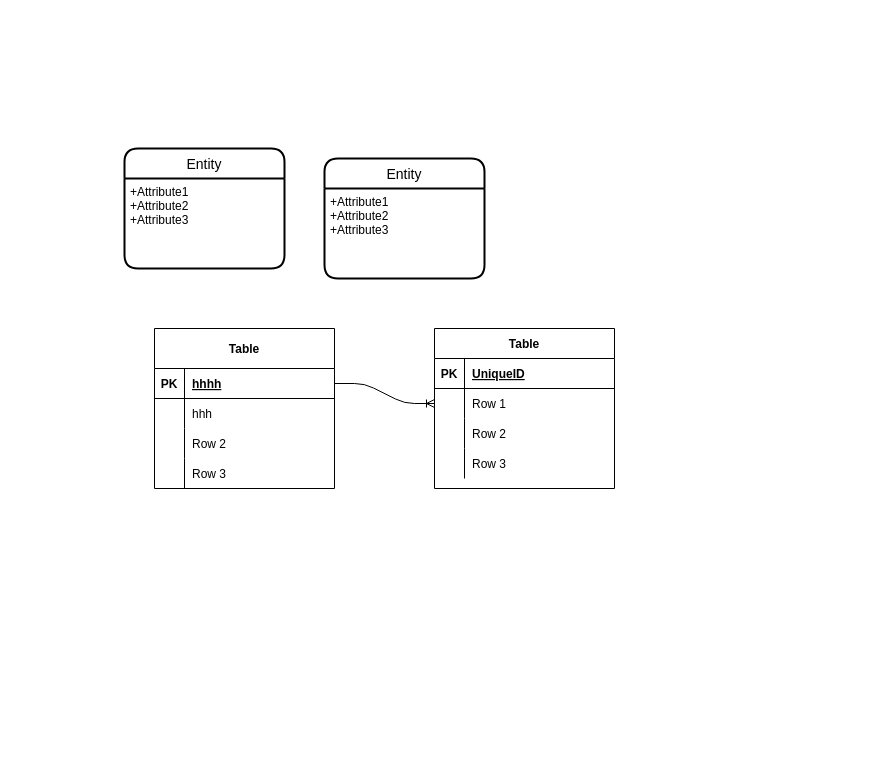
Above: management.design/DataModel.drawio in markash/management (draw.io), before the change. Source tidied: cells renumbered, new cells numbered last; positions are measured from the earlier drawing's top-left corner, leaving out a move shared by most shapes. Both pictures are drawn from the tidied source at 100%, with x=0, y=0 at pixel (124, 148).
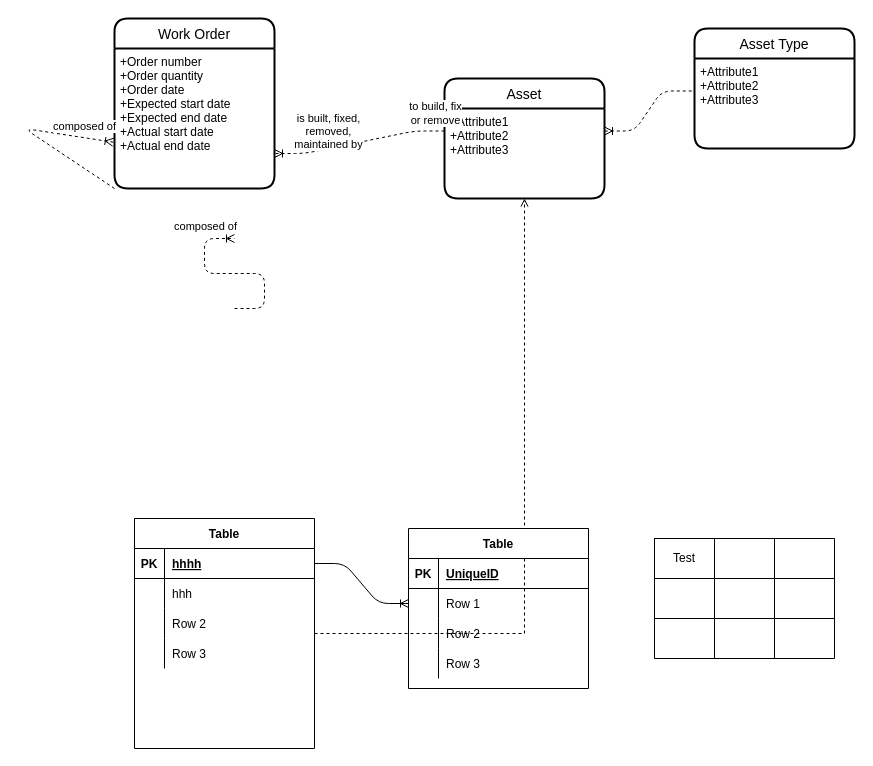
After the change.

Commit message:
#4 Document the work order data model

Unchanged cells that the change refers to:
```xml
<mxCell id="3" value="+Attribute1&#10;+Attribute2&#10;+Attribute3" style="align=left;strokeColor=none;fillColor=none;spacingLeft=4;fontSize=12;verticalAlign=top;" parent="2" vertex="1">
  <mxGeometry y="30" width="160" height="90" as="geometry" />
</mxCell>
```

What changed in the source:
```diff
@@
-    <mxCell id="2" value="Entity" style="swimlane;horizontal=1;startSize=30;rounded=1;fontSize=14;fontStyle=0;strokeWidth=2;shadow=0;dashed=0;align=center;" parent="1" vertex="1">
-      <mxGeometry width="160" height="120" as="geometry" />
+    <mxCell id="2" value="Asset" style="swimlane;horizontal=1;startSize=30;rounded=1;fontSize=14;fontStyle=0;strokeWidth=2;shadow=0;dashed=0;align=center;" parent="1" vertex="1">
+      <mxGeometry x="320" y="-70" width="160" height="120" as="geometry" />
     </mxCell>
@@
-    <mxCell id="4" value="Entity" style="swimlane;horizontal=1;startSize=30;rounded=1;fontSize=14;fontStyle=0;strokeWidth=2;shadow=0;dashed=0;align=center;" parent="1" vertex="1">
-      <mxGeometry x="200" y="10" width="160" height="120" as="geometry" />
+    <mxCell id="4" value="Work Order" style="swimlane;horizontal=1;startSize=30;rounded=1;fontSize=14;fontStyle=0;strokeWidth=2;shadow=0;dashed=0;align=center;" parent="1" vertex="1">
+      <mxGeometry x="-10" y="-130" width="160" height="170" as="geometry" />
     </mxCell>
-    <mxCell id="5" value="+Attribute1&#10;+Attribute2&#10;+Attribute3" style="align=left;strokeColor=none;fillColor=none;spacingLeft=4;fontSize=12;verticalAlign=top;" parent="4" vertex="1">
-      <mxGeometry y="30" width="160" height="90" as="geometry" />
+    <mxCell id="5" value="+Order number&#10;+Order quantity&#10;+Order date&#10;+Expected start date&#10;+Expected end date&#10;+Actual start date&#10;+Actual end date" style="align=left;strokeColor=none;fillColor=none;spacingLeft=4;fontSize=12;verticalAlign=top;" parent="4" vertex="1">
+      <mxGeometry y="30" width="160" height="140" as="geometry" />
     </mxCell>
+    <mxCell id="33" style="edgeStyle=entityRelationEdgeStyle;fontSize=12;html=1;endArrow=ERoneToMany;dashed=1;exitX=0;exitY=1;exitDx=0;exitDy=0;entryX=-0.008;entryY=0.669;entryDx=0;entryDy=0;jumpStyle=arc;jumpSize=17;entryPerimeter=0;" parent="4" edge="1" source="5" target="5">
+      <mxGeometry relative="1" as="geometry">
+        <Array as="points">
+          <mxPoint x="-90" y="110" />
+        </Array>
+      </mxGeometry>
+    </mxCell>
+    <mxCell id="34" value="composed of" style="edgeLabel;html=1;align=center;verticalAlign=middle;" parent="33" vertex="1">
+      <mxGeometry x="0.75" y="2" relative="1" as="geometry">
+        <mxPoint x="-5.2" y="-10.7" as="offset" />
+      </mxGeometry>
+    </mxCell>
+    <mxCell id="35" style="edgeStyle=orthogonalEdgeStyle;rounded=0;jettySize=auto;html=1;dashed=1;endArrow=open;endFill=0;" parent="1" edge="1" source="6" target="3">
+      <mxGeometry relative="1" as="geometry" />
+    </mxCell>
-    <mxCell id="6" value="Table" style="shape=table;startSize=40;childLayout=tableLayout;rowLines=0;fontStyle=1;align=center;" parent="1" vertex="1">
-      <mxGeometry x="30" y="180" width="180" height="160" as="geometry" />
+    <mxCell id="6" value="Table" style="shape=table;startSize=30;childLayout=tableLayout;rowLines=0;fontStyle=1;align=center;" parent="1" vertex="1">
+      <mxGeometry x="10" y="370" width="180" height="230" as="geometry" />
     </mxCell>
     <mxCell id="7" style="shape=partialRectangle;fillColor=none;top=0;left=0;bottom=1;right=0;points=[[0,0.5],[1,0.5]];portConstraint=eastwest;" parent="6" vertex="1">
-      <mxGeometry y="40" width="180" height="30" as="geometry" />
+      <mxGeometry y="30" width="180" height="30" as="geometry" />
     </mxCell>
@@
     <mxCell id="10" style="shape=partialRectangle;fillColor=none;top=0;left=0;bottom=0;right=0;" parent="6" vertex="1">
-      <mxGeometry y="70" width="180" height="30" as="geometry" />
+      <mxGeometry y="60" width="180" height="30" as="geometry" />
     </mxCell>
@@
     <mxCell id="13" style="shape=partialRectangle;fillColor=none;top=0;left=0;bottom=0;right=0;" parent="6" vertex="1">
-      <mxGeometry y="100" width="180" height="30" as="geometry" />
+      <mxGeometry y="90" width="180" height="30" as="geometry" />
     </mxCell>
@@
     <mxCell id="16" style="shape=partialRectangle;fillColor=none;top=0;left=0;bottom=0;right=0;" parent="6" vertex="1">
-      <mxGeometry y="130" width="180" height="30" as="geometry" />
+      <mxGeometry y="120" width="180" height="30" as="geometry" />
     </mxCell>
@@
     <mxCell id="19" value="Table" style="shape=table;startSize=30;childLayout=tableLayout;rowLines=0;fontStyle=1;align=center;" parent="1" vertex="1">
-      <mxGeometry x="310" y="180" width="180" height="160" as="geometry" />
+      <mxGeometry x="284" y="380" width="180" height="160" as="geometry" />
     </mxCell>
@@
+    <mxCell id="36" style="shape=table;html=1;whiteSpace=wrap;startSize=0;childLayout=tableLayout;" parent="1" vertex="1">
+      <mxGeometry x="530" y="390" width="180" height="120" as="geometry" />
+    </mxCell>
+    <mxCell id="37" style="shape=partialRectangle;html=1;whiteSpace=wrap;fillColor=none;top=0;left=0;bottom=0;right=0;" parent="36" vertex="1">
+      <mxGeometry width="180" height="40" as="geometry" />
+    </mxCell>
+    <mxCell id="38" value="Test" style="shape=partialRectangle;html=1;whiteSpace=wrap;fillColor=none;top=0;left=0;bottom=0;right=0;overflow=hidden;" parent="37" vertex="1">
+      <mxGeometry width="60" height="40" as="geometry" />
+    </mxCell>
+    <mxCell id="39" style="shape=partialRectangle;html=1;whiteSpace=wrap;fillColor=none;top=0;left=0;bottom=0;right=0;overflow=hidden;" parent="37" vertex="1">
+      <mxGeometry x="60" width="60" height="40" as="geometry" />
+    </mxCell>
+    <mxCell id="40" style="shape=partialRectangle;html=1;whiteSpace=wrap;fillColor=none;top=0;left=0;bottom=0;right=0;overflow=hidden;" parent="37" vertex="1">
+      <mxGeometry x="120" width="60" height="40" as="geometry" />
+    </mxCell>
+    <mxCell id="41" style="shape=partialRectangle;html=1;whiteSpace=wrap;fillColor=none;top=0;left=0;bottom=0;right=0;" parent="36" vertex="1">
+      <mxGeometry y="40" width="180" height="40" as="geometry" />
+    </mxCell>
+    <mxCell id="42" style="shape=partialRectangle;html=1;whiteSpace=wrap;fillColor=none;top=0;left=0;bottom=0;right=0;overflow=hidden;" parent="41" vertex="1">
+      <mxGeometry width="60" height="40" as="geometry" />
+    </mxCell>
+    <mxCell id="43" style="shape=partialRectangle;html=1;whiteSpace=wrap;fillColor=none;top=0;left=0;bottom=0;right=0;overflow=hidden;" parent="41" vertex="1">
+      <mxGeometry x="60" width="60" height="40" as="geometry" />
+    </mxCell>
+    <mxCell id="44" style="shape=partialRectangle;html=1;whiteSpace=wrap;fillColor=none;top=0;left=0;bottom=0;right=0;overflow=hidden;" parent="41" vertex="1">
+      <mxGeometry x="120" width="60" height="40" as="geometry" />
+    </mxCell>
+    <mxCell id="45" style="shape=partialRectangle;html=1;whiteSpace=wrap;fillColor=none;top=0;left=0;bottom=0;right=0;" parent="36" vertex="1">
+      <mxGeometry y="80" width="180" height="40" as="geometry" />
+    </mxCell>
+    <mxCell id="46" style="shape=partialRectangle;html=1;whiteSpace=wrap;fillColor=none;top=0;left=0;bottom=0;right=0;overflow=hidden;" parent="45" vertex="1">
+      <mxGeometry width="60" height="40" as="geometry" />
+    </mxCell>
+    <mxCell id="47" style="shape=partialRectangle;html=1;whiteSpace=wrap;fillColor=none;top=0;left=0;bottom=0;right=0;overflow=hidden;" parent="45" vertex="1">
+      <mxGeometry x="60" width="60" height="40" as="geometry" />
+    </mxCell>
+    <mxCell id="48" style="shape=partialRectangle;html=1;whiteSpace=wrap;fillColor=none;top=0;left=0;bottom=0;right=0;overflow=hidden;" parent="45" vertex="1">
+      <mxGeometry x="120" width="60" height="40" as="geometry" />
+    </mxCell>
+    <mxCell id="49" style="edgeStyle=entityRelationEdgeStyle;fontSize=12;html=1;endArrow=ERoneToMany;dashed=1;exitX=0;exitY=0.25;exitDx=0;exitDy=0;entryX=1;entryY=0.75;entryDx=0;entryDy=0;" parent="1" edge="1" source="3" target="5">
+      <mxGeometry relative="1" as="geometry" />
+    </mxCell>
+    <mxCell id="50" value="is built, fixed, &lt;br&gt;removed, &lt;br&gt;maintained by" style="edgeLabel;html=1;align=center;verticalAlign=middle;" parent="49" vertex="1">
+      <mxGeometry x="-0.21" y="3" relative="1" as="geometry">
+        <mxPoint x="-49.6" y="-10.1" as="offset" />
+      </mxGeometry>
+    </mxCell>
+    <mxCell id="51" value="to build, fix &lt;br&gt;or remove" style="edgeLabel;html=1;align=center;verticalAlign=middle;" parent="49" vertex="1">
+      <mxGeometry x="0.04" y="-4" relative="1" as="geometry">
+        <mxPoint x="79.8" y="-26.5" as="offset" />
+      </mxGeometry>
+    </mxCell>
+    <mxCell id="52" value="Asset Type" style="swimlane;horizontal=1;startSize=30;rounded=1;fontSize=14;fontStyle=0;strokeWidth=2;shadow=0;dashed=0;align=center;" parent="1" vertex="1">
+      <mxGeometry x="570" y="-120" width="160" height="120" as="geometry" />
+    </mxCell>
+    <mxCell id="53" value="+Attribute1&#10;+Attribute2&#10;+Attribute3" style="align=left;strokeColor=none;fillColor=none;spacingLeft=4;fontSize=12;verticalAlign=top;" parent="52" vertex="1">
+      <mxGeometry y="30" width="160" height="90" as="geometry" />
+    </mxCell>
+    <mxCell id="54" style="edgeStyle=entityRelationEdgeStyle;fontSize=12;html=1;endArrow=ERoneToMany;dashed=1;exitX=-0.017;exitY=0.361;exitDx=0;exitDy=0;exitPerimeter=0;entryX=1;entryY=0.25;entryDx=0;entryDy=0;" parent="1" edge="1" source="53" target="3">
+      <mxGeometry relative="1" as="geometry" />
+    </mxCell>
+    <mxCell id="55" style="edgeStyle=entityRelationEdgeStyle;fontSize=12;html=1;endArrow=ERoneToMany;dashed=1;exitX=0;exitY=1;exitDx=0;exitDy=0;entryX=0;entryY=0.5;entryDx=0;entryDy=0;" parent="1" edge="1">
+      <mxGeometry relative="1" as="geometry">
+        <mxPoint x="110" y="160" as="sourcePoint" />
+        <mxPoint x="110" y="90" as="targetPoint" />
+        <Array as="points">
+          <mxPoint x="-10" y="60" />
+        </Array>
+      </mxGeometry>
+    </mxCell>
+    <mxCell id="56" value="composed of" style="edgeLabel;html=1;align=center;verticalAlign=middle;" parent="55" vertex="1">
+      <mxGeometry x="0.75" y="2" relative="1" as="geometry">
+        <mxPoint x="-5.2" y="-10.7" as="offset" />
+      </mxGeometry>
+    </mxCell>
```
